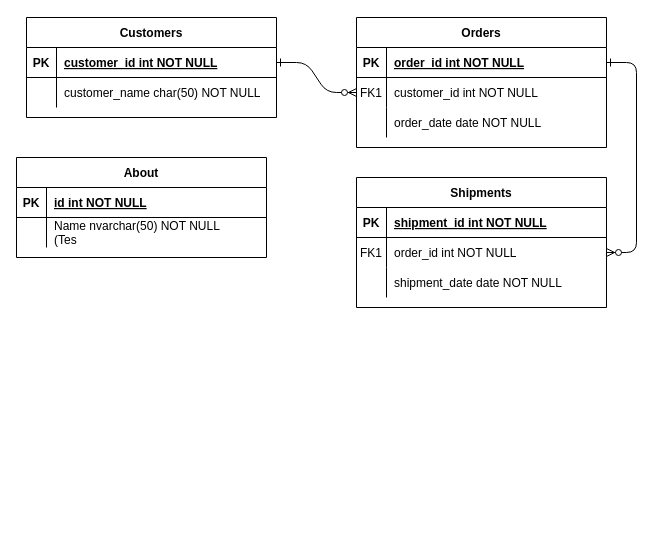
Earlier version of the draw.io diagram Untitled Diagram.drawio (ngochung130201/DoAnWebBanHang). Source tidied: cells renumbered, new cells numbered last; positions are measured from the earlier drawing's top-left corner, leaving out a move shared by most shapes. Both pictures are drawn from the tidied source at 100%, with x=0, y=0 at pixel (16, 17).
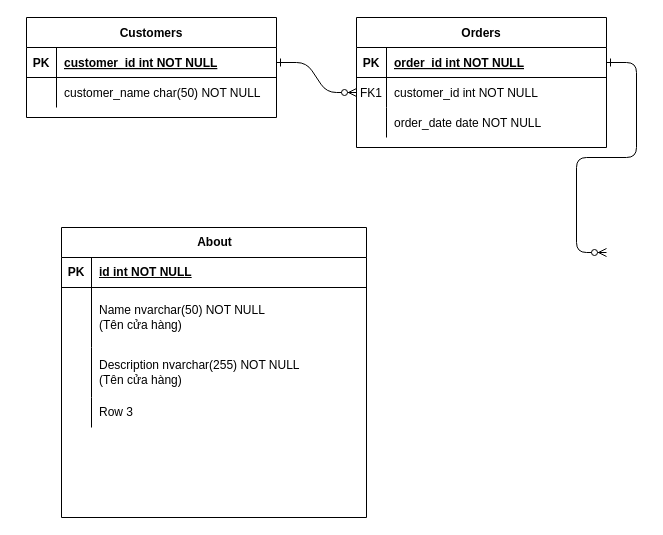
The same diagram, later.

The change refers to these unchanged cells:
```xml
<mxCell id="5" style="shape=partialRectangle;fillColor=none;points=[[0,0.5],[1,0.5]];portConstraint=eastwest;top=0;left=0;right=0;bottom=1;" parent="4" vertex="1">
  <mxGeometry y="30" width="250" height="30" as="geometry" />
</mxCell>
```

Change to the diagram source:
```diff
@@
-    <mxCell id="3" style="edgeStyle=entityRelationEdgeStyle;endArrow=ERzeroToMany;startArrow=ERone;endFill=1;startFill=0;" parent="1" edge="1" source="5" target="18">
-      <mxGeometry relative="1" as="geometry" />
+    <mxCell id="3" style="edgeStyle=entityRelationEdgeStyle;endArrow=ERzeroToMany;startArrow=ERone;endFill=1;startFill=0;" parent="1" edge="1" source="5">
+      <mxGeometry relative="1" as="geometry">
+        <mxPoint x="590" y="235" as="targetPoint" />
+      </mxGeometry>
     </mxCell>
@@
-    <mxCell id="14" value="Shipments" style="shape=table;startSize=30;childLayout=tableLayout;rowLines=0;fontStyle=1;align=center;" parent="1" vertex="1">
-      <mxGeometry x="340" y="160" width="250" height="130" as="geometry" />
-    </mxCell>
-    <mxCell id="15" style="shape=partialRectangle;fillColor=none;top=0;left=0;right=0;bottom=1;" parent="14" vertex="1">
-      <mxGeometry y="30" width="250" height="30" as="geometry" />
-    </mxCell>
-    <mxCell id="16" value="PK" style="shape=partialRectangle;overflow=hidden;fillColor=none;top=0;left=0;bottom=0;right=0;fontStyle=1;" parent="15" vertex="1">
-      <mxGeometry width="30" height="30" as="geometry" />
-    </mxCell>
-    <mxCell id="17" value="shipment_id int NOT NULL " style="shape=partialRectangle;overflow=hidden;fillColor=none;top=0;left=0;bottom=0;right=0;align=left;spacingLeft=6;fontStyle=5;" parent="15" vertex="1">
-      <mxGeometry x="30" width="220" height="30" as="geometry" />
-    </mxCell>
-    <mxCell id="18" style="shape=partialRectangle;fillColor=none;points=[[0,0.5],[1,0.5]];portConstraint=eastwest;top=0;left=0;right=0;bottom=0;" parent="14" vertex="1">
-      <mxGeometry y="60" width="250" height="30" as="geometry" />
-    </mxCell>
-    <mxCell id="19" value="FK1" style="shape=partialRectangle;overflow=hidden;fillColor=none;top=0;left=0;bottom=0;right=0;" parent="18" vertex="1">
-      <mxGeometry width="30" height="30" as="geometry" />
-    </mxCell>
-    <mxCell id="20" value="order_id int NOT NULL" style="shape=partialRectangle;overflow=hidden;fillColor=none;top=0;left=0;bottom=0;right=0;align=left;spacingLeft=6;" parent="18" vertex="1">
-      <mxGeometry x="30" width="220" height="30" as="geometry" />
-    </mxCell>
-    <mxCell id="21" style="shape=partialRectangle;fillColor=none;top=0;left=0;right=0;bottom=0;" parent="14" vertex="1">
-      <mxGeometry y="90" width="250" height="30" as="geometry" />
-    </mxCell>
-    <mxCell id="22" style="shape=partialRectangle;overflow=hidden;fillColor=none;top=0;left=0;bottom=0;right=0;" parent="21" vertex="1">
-      <mxGeometry width="30" height="30" as="geometry" />
-    </mxCell>
-    <mxCell id="23" value="shipment_date date NOT NULL" style="shape=partialRectangle;overflow=hidden;fillColor=none;top=0;left=0;bottom=0;right=0;align=left;spacingLeft=6;" parent="21" vertex="1">
-      <mxGeometry x="30" width="220" height="30" as="geometry" />
-    </mxCell>
@@
-    <mxCell id="31" value="About" style="shape=table;startSize=30;childLayout=tableLayout;rowLines=0;fontStyle=1;align=center;" parent="1" vertex="1">
-      <mxGeometry y="140" width="250" height="100" as="geometry" />
+    <mxCell id="31" value="About" style="shape=table;startSize=30;childLayout=tableLayout;rowLines=0;fontStyle=1;align=center;html=1;" parent="1" vertex="1">
+      <mxGeometry x="45" y="210" width="305" height="290" as="geometry" />
     </mxCell>
-    <mxCell id="32" style="shape=partialRectangle;fillColor=none;top=0;left=0;right=0;bottom=1;" parent="31" vertex="1">
-      <mxGeometry y="30" width="250" height="30" as="geometry" />
-    </mxCell>
-    <mxCell id="33" value="PK" style="shape=partialRectangle;overflow=hidden;fillColor=none;top=0;left=0;bottom=0;right=0;fontStyle=1;" parent="32" vertex="1">
-      <mxGeometry width="30" height="30" as="geometry" />
-    </mxCell>
+    <mxCell id="38" style="shape=tableRow;horizontal=0;startSize=0;swimlaneHead=0;swimlaneBody=0;fillColor=none;top=0;left=0;right=0;bottom=1;" parent="31" vertex="1">
+      <mxGeometry y="30" width="305" height="30" as="geometry" />
+    </mxCell>
+    <mxCell id="39" value="PK" style="shape=partialRectangle;fillColor=none;top=0;left=0;bottom=0;right=0;fontStyle=1;overflow=hidden;whiteSpace=wrap;html=1;" parent="38" vertex="1">
+      <mxGeometry width="30" height="30" as="geometry" />
+    </mxCell>
-    <mxCell id="34" value="id int NOT NULL " style="shape=partialRectangle;overflow=hidden;fillColor=none;top=0;left=0;bottom=0;right=0;align=left;spacingLeft=6;fontStyle=5;" parent="32" vertex="1">
-      <mxGeometry x="30" width="220" height="30" as="geometry" />
+    <mxCell id="34" value="id int NOT NULL" style="shape=partialRectangle;fillColor=none;top=0;left=0;bottom=0;right=0;align=left;spacingLeft=6;fontStyle=5;overflow=hidden;whiteSpace=wrap;html=1;" parent="38" vertex="1">
+      <mxGeometry x="30" width="275" height="30" as="geometry" />
     </mxCell>
-    <mxCell id="35" style="shape=partialRectangle;fillColor=none;top=0;left=0;right=0;bottom=0;" parent="31" vertex="1">
-      <mxGeometry y="60" width="250" height="30" as="geometry" />
-    </mxCell>
-    <mxCell id="36" style="shape=partialRectangle;overflow=hidden;fillColor=none;top=0;left=0;bottom=0;right=0;" parent="35" vertex="1">
-      <mxGeometry width="30" height="30" as="geometry" />
-    </mxCell>
-    <mxCell id="37" value="Name nvarchar(50) NOT NULL&#10;(Tes" style="shape=partialRectangle;overflow=hidden;fillColor=none;top=0;left=0;bottom=0;right=0;align=left;spacingLeft=6;" parent="35" vertex="1">
-      <mxGeometry x="30" width="220" height="30" as="geometry" />
-    </mxCell>
+    <mxCell id="40" style="shape=tableRow;horizontal=0;startSize=0;swimlaneHead=0;swimlaneBody=0;fillColor=none;top=0;left=0;right=0;bottom=0;" parent="31" vertex="1">
+      <mxGeometry y="60" width="305" height="60" as="geometry" />
+    </mxCell>
+    <mxCell id="41" style="shape=partialRectangle;fillColor=none;top=0;left=0;bottom=0;right=0;overflow=hidden;whiteSpace=wrap;html=1;" parent="40" vertex="1">
+      <mxGeometry width="30" height="60" as="geometry" />
+    </mxCell>
+    <mxCell id="42" value="Name nvarchar(50) NOT NULL&lt;br style=&quot;border-color: var(--border-color); padding: 0px; margin: 0px;&quot;&gt;&lt;span style=&quot;&quot;&gt;(Tên cửa hàng)&lt;/span&gt;" style="shape=partialRectangle;fillColor=none;top=0;left=0;bottom=0;right=0;align=left;spacingLeft=6;overflow=hidden;whiteSpace=wrap;html=1;" parent="40" vertex="1">
+      <mxGeometry x="30" width="275" height="60" as="geometry" />
+    </mxCell>
+    <mxCell id="43" style="shape=tableRow;horizontal=0;startSize=0;swimlaneHead=0;swimlaneBody=0;fillColor=none;top=0;left=0;right=0;bottom=0;" parent="31" vertex="1">
+      <mxGeometry y="120" width="305" height="50" as="geometry" />
+    </mxCell>
+    <mxCell id="44" style="shape=partialRectangle;fillColor=none;top=0;left=0;bottom=0;right=0;overflow=hidden;whiteSpace=wrap;html=1;" parent="43" vertex="1">
+      <mxGeometry width="30" height="50" as="geometry" />
+    </mxCell>
+    <mxCell id="45" value="Description nvarchar(255) NOT NULL&lt;br style=&quot;border-color: var(--border-color); padding: 0px; margin: 0px;&quot;&gt;(Tên cửa hàng)" style="shape=partialRectangle;fillColor=none;top=0;left=0;bottom=0;right=0;align=left;spacingLeft=6;overflow=hidden;whiteSpace=wrap;html=1;" parent="43" vertex="1">
+      <mxGeometry x="30" width="275" height="50" as="geometry" />
+    </mxCell>
+    <mxCell id="46" style="shape=tableRow;horizontal=0;startSize=0;swimlaneHead=0;swimlaneBody=0;fillColor=none;top=0;left=0;right=0;bottom=0;" parent="31" vertex="1">
+      <mxGeometry y="170" width="305" height="30" as="geometry" />
+    </mxCell>
+    <mxCell id="47" style="shape=partialRectangle;fillColor=none;top=0;left=0;bottom=0;right=0;overflow=hidden;whiteSpace=wrap;html=1;" parent="46" vertex="1">
+      <mxGeometry width="30" height="30" as="geometry" />
+    </mxCell>
+    <mxCell id="48" value="Row 3" style="shape=partialRectangle;fillColor=none;top=0;left=0;bottom=0;right=0;align=left;spacingLeft=6;overflow=hidden;whiteSpace=wrap;html=1;" parent="46" vertex="1">
+      <mxGeometry x="30" width="275" height="30" as="geometry" />
+    </mxCell>
```
